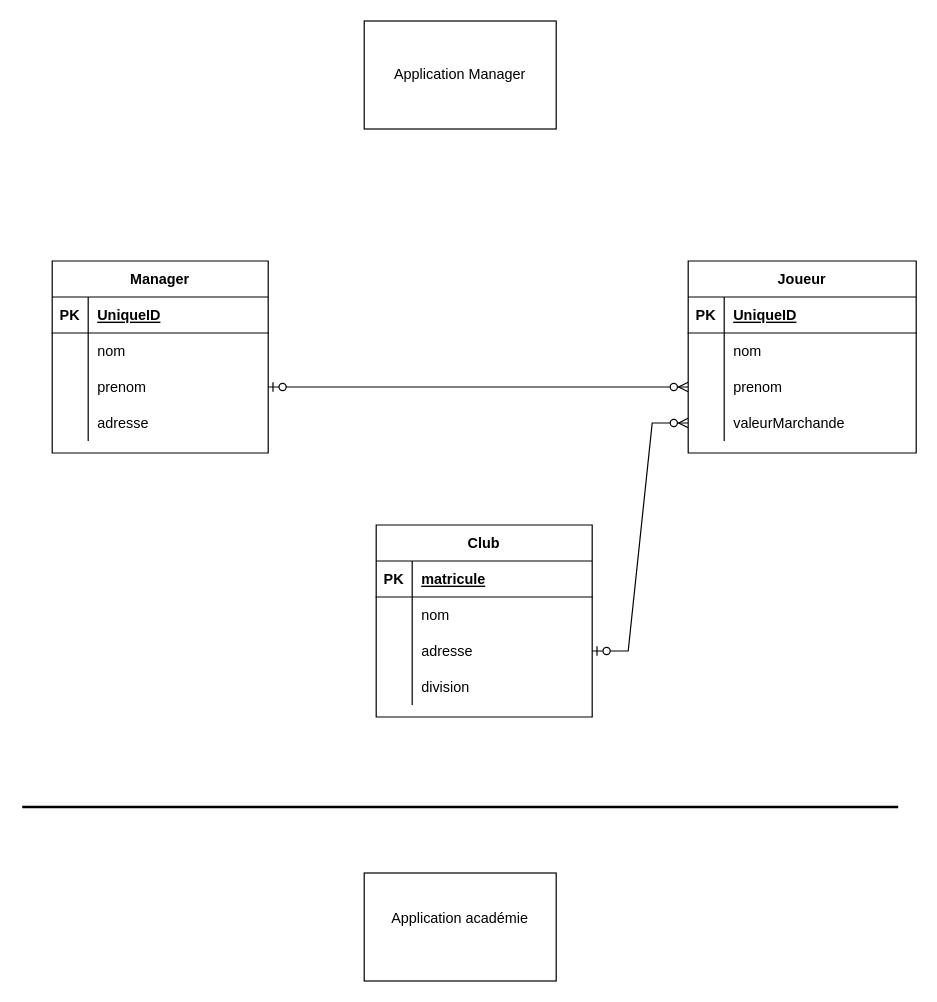
Above: FootballManagerDiagram.drawio in CrespinChristophe/FootballManager (draw.io), before the change. Source tidied: cells renumbered, new cells numbered last; positions are measured from the earlier drawing's top-left corner, leaving out a move shared by most shapes. Both pictures are drawn from the tidied source at 120%, with x=0, y=0 at pixel (22, 20).
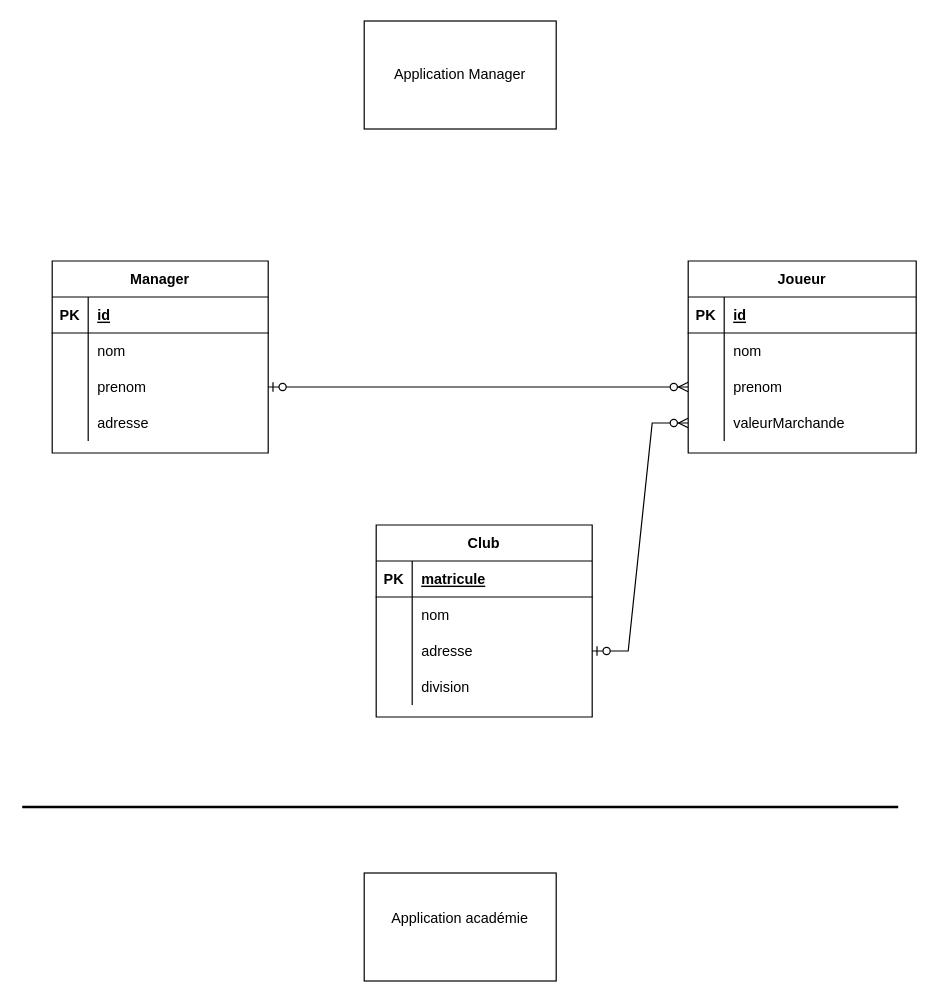
After the change.

The change refers to these unchanged cells:
```xml
<mxCell id="3" style="shape=tableRow;horizontal=0;startSize=0;swimlaneHead=0;swimlaneBody=0;fillColor=none;top=0;left=0;right=0;bottom=1;" parent="2" vertex="1">
  <mxGeometry y="30" width="190" height="30" as="geometry" />
</mxCell>
<mxCell id="16" style="shape=tableRow;horizontal=0;startSize=0;swimlaneHead=0;swimlaneBody=0;fillColor=none;top=0;left=0;right=0;bottom=1;" parent="15" vertex="1">
  <mxGeometry y="30" width="180" height="30" as="geometry" />
</mxCell>
```

Diff of the diagram source:
```diff
@@
-    <mxCell id="5" value="UniqueID" style="shape=partialRectangle;fillColor=none;top=0;left=0;bottom=0;right=0;align=left;spacingLeft=6;fontStyle=5;overflow=hidden;" parent="3" vertex="1">
+    <mxCell id="5" value="id" style="shape=partialRectangle;fillColor=none;top=0;left=0;bottom=0;right=0;align=left;spacingLeft=6;fontStyle=5;overflow=hidden;" parent="3" vertex="1">
       <mxGeometry x="30" width="160" height="30" as="geometry" />
     </mxCell>
@@
-    <mxCell id="18" value="UniqueID" style="shape=partialRectangle;fillColor=none;top=0;left=0;bottom=0;right=0;align=left;spacingLeft=6;fontStyle=5;overflow=hidden;" parent="16" vertex="1">
+    <mxCell id="18" value="id" style="shape=partialRectangle;fillColor=none;top=0;left=0;bottom=0;right=0;align=left;spacingLeft=6;fontStyle=5;overflow=hidden;" parent="16" vertex="1">
       <mxGeometry x="30" width="150" height="30" as="geometry" />
     </mxCell>
```
